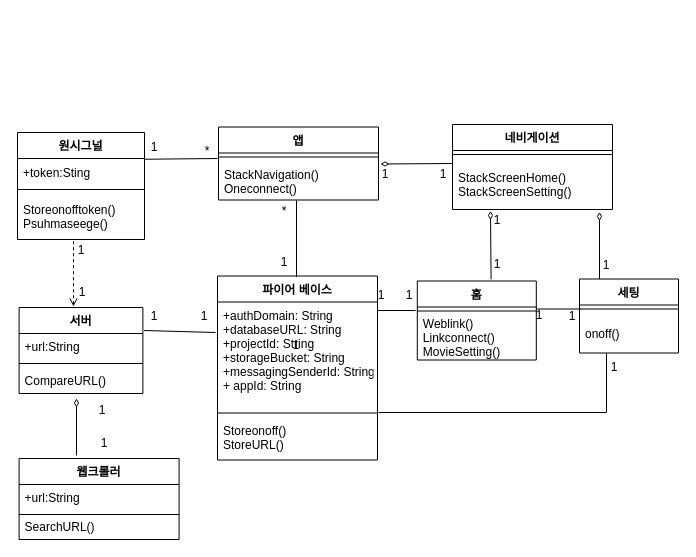
The draw.io diagram class diagram.drawio in GoSeongJin/gnu-app, before the edit. Source tidied: cells renumbered, new cells numbered last; positions are measured from the earlier drawing's top-left corner, leaving out a move shared by most shapes. Both pictures are drawn from the tidied source at 100%, with x=0, y=0 at pixel (17, 124).
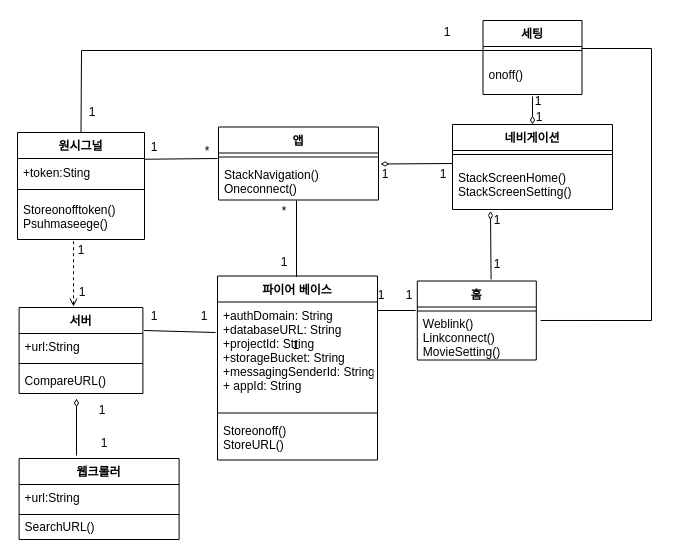
Above is the later version.

Unchanged cells that the change refers to:
```xml
<mxCell id="2" value="네비게이션" style="swimlane;fontStyle=1;align=center;verticalAlign=top;horizontal=1;startSize=26;" parent="1" vertex="1">
  <mxGeometry x="435" width="160" height="85" as="geometry" />
</mxCell>
<mxCell id="9" style="line;strokeWidth=1;fillColor=none;align=left;verticalAlign=middle;spacingTop=-1;spacingLeft=3;spacingRight=3;labelPosition=right;points=[];portConstraint=eastwest;" parent="8" vertex="1">
  <mxGeometry y="26" width="99" height="8" as="geometry" />
</mxCell>
<mxCell id="10" value="onoff()" style="text;strokeColor=none;fillColor=none;align=left;verticalAlign=middle;spacingLeft=4;spacingRight=4;overflow=hidden;points=[[0,0.5],[1,0.5]];portConstraint=eastwest;" parent="8" vertex="1">
  <mxGeometry y="34" width="99" height="40" as="geometry" />
</mxCell>
<mxCell id="30" value="Weblink()&#10;Linkconnect()&#10;MovieSetting()" style="text;strokeColor=none;fillColor=none;align=left;verticalAlign=middle;spacingLeft=4;spacingRight=4;overflow=hidden;points=[[0,0.5],[1,0.5]];portConstraint=eastwest;" parent="28" vertex="1">
  <mxGeometry y="34" width="119" height="45" as="geometry" />
</mxCell>
<mxCell id="55" value="원시그널" style="swimlane;fontStyle=1;align=center;verticalAlign=top;horizontal=1;startSize=26;" parent="1" vertex="1">
  <mxGeometry y="8" width="127" height="107" as="geometry" />
</mxCell>
```

Diff of the diagram source:
```diff
@@
     <mxCell id="8" value="세팅" style="swimlane;fontStyle=1;align=center;verticalAlign=top;horizontal=1;startSize=26;" parent="1" vertex="1">
-      <mxGeometry x="562" y="154.5" width="99" height="74" as="geometry" />
+      <mxGeometry x="465.5" y="-104" width="99" height="74" as="geometry" />
     </mxCell>
@@
-    <mxCell id="23" style="endArrow=none;html=1;rounded=0;exitX=1.019;exitY=1.033;exitDx=0;exitDy=0;exitPerimeter=0;entryX=0.273;entryY=1.013;entryDx=0;entryDy=0;entryPerimeter=0;" parent="1" edge="1" target="10">
-      <mxGeometry relative="1" as="geometry">
-        <mxPoint x="361" y="288" as="sourcePoint" />
-        <Array as="points">
-          <mxPoint x="589" y="288" />
-        </Array>
-      </mxGeometry>
-    </mxCell>
@@
-    <mxCell id="26" style="endArrow=diamondThin;html=1;rounded=0;endFill=0;" parent="1" edge="1">
+    <mxCell id="26" style="endArrow=diamondThin;html=1;rounded=0;endFill=0;entryX=0.5;entryY=0;entryDx=0;entryDy=0;" parent="1" edge="1" target="2">
       <mxGeometry relative="1" as="geometry">
-        <mxPoint x="582" y="154.5" as="sourcePoint" />
-        <mxPoint x="582" y="87.5" as="targetPoint" />
+        <mxPoint x="515" y="-28" as="sourcePoint" />
       </mxGeometry>
     </mxCell>
@@
-    <mxCell id="34" style="endArrow=none;html=1;rounded=0;entryX=0.009;entryY=0.5;entryDx=0;entryDy=0;entryPerimeter=0;" parent="1" edge="1" target="9">
+    <mxCell id="34" style="endArrow=none;html=1;rounded=0;entryX=0.009;entryY=0.5;entryDx=0;entryDy=0;entryPerimeter=0;exitX=0.5;exitY=0;exitDx=0;exitDy=0;" parent="1" edge="1" source="55" target="9">
       <mxGeometry relative="1" as="geometry">
-        <mxPoint x="518.8" y="184.5" as="sourcePoint" />
+        <Array as="points">
+          <mxPoint x="64" y="-74" />
+        </Array>
       </mxGeometry>
     </mxCell>
@@
     <mxCell id="41" value="1" style="text;html=1;strokeColor=none;fillColor=none;align=center;verticalAlign=middle;whiteSpace=wrap;rounded=0;" parent="1" vertex="1">
-      <mxGeometry x="567" y="227.5" width="60" height="30" as="geometry" />
+      <mxGeometry x="492" y="-22" width="60" height="30" as="geometry" />
     </mxCell>
@@
     <mxCell id="45" value="1" style="text;html=1;strokeColor=none;fillColor=none;align=center;verticalAlign=middle;whiteSpace=wrap;rounded=0;" parent="1" vertex="1">
-      <mxGeometry x="492" y="175.5" width="60" height="30" as="geometry" />
+      <mxGeometry x="399.8" y="-107" width="60" height="30" as="geometry" />
     </mxCell>
     <mxCell id="46" value="1&lt;br&gt;" style="text;html=1;strokeColor=none;fillColor=none;align=center;verticalAlign=middle;whiteSpace=wrap;rounded=0;" parent="1" vertex="1">
-      <mxGeometry x="559" y="125.5" width="60" height="30" as="geometry" />
+      <mxGeometry x="491" y="-38" width="60" height="30" as="geometry" />
     </mxCell>
@@
     <mxCell id="50" value="1" style="text;html=1;strokeColor=none;fillColor=none;align=center;verticalAlign=middle;whiteSpace=wrap;rounded=0;" parent="1" vertex="1">
-      <mxGeometry x="525" y="176.5" width="60" height="30" as="geometry" />
+      <mxGeometry x="45" y="-27.5" width="60" height="30" as="geometry" />
     </mxCell>
@@
+    <mxCell id="64" style="endArrow=none;html=1;rounded=0;exitX=1.036;exitY=0.122;exitDx=0;exitDy=0;exitPerimeter=0;entryX=0.995;entryY=0.25;entryDx=0;entryDy=0;entryPerimeter=0;endFill=0;" parent="1" edge="1" source="30" target="9">
+      <mxGeometry relative="1" as="geometry">
+        <Array as="points">
+          <mxPoint x="634" y="196" />
+          <mxPoint x="634" y="-76" />
+        </Array>
+      </mxGeometry>
+    </mxCell>
```
